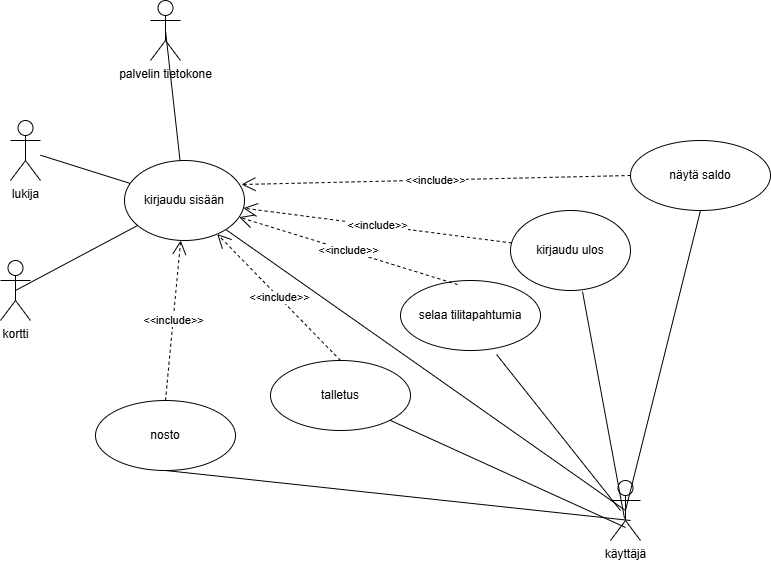
Earlier version of the draw.io export Käyttötapauskaavio.drawio.png (Migi2422/olio-ohjelmointi25). Source tidied: cells renumbered, new cells last; positions are measured from the earlier drawing's top-left corner, leaving out a move shared by most shapes.
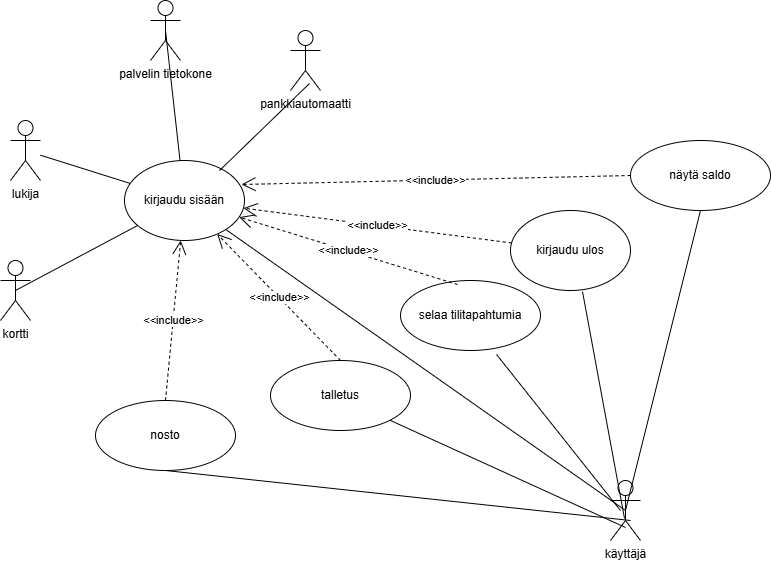
After the change.

Change to the diagram source:
```diff
@@ -78,5 +78,11 @@
     <mxCell id="25" value="&amp;lt;&amp;lt;include&amp;gt;&amp;gt;" style="endArrow=open;endSize=12;dashed=1;html=1;rounded=0;entryX=0.975;entryY=0.3;entryDx=0;entryDy=0;entryPerimeter=0;exitX=0;exitY=0.5;exitDx=0;exitDy=0;" parent="1" edge="1" source="23" target="9">
       <mxGeometry relative="1" as="geometry" />
     </mxCell>
+    <mxCell id="26" value="pankkiautomaatti" style="shape=umlActor;verticalLabelPosition=bottom;verticalAlign=top;html=1;" parent="1" vertex="1">
+      <mxGeometry x="290" y="30" width="30" height="60" as="geometry" />
+    </mxCell>
+    <mxCell id="27" style="endArrow=none;html=1;rounded=0;entryX=0.633;entryY=0.883;entryDx=0;entryDy=0;entryPerimeter=0;exitX=0.792;exitY=0.125;exitDx=0;exitDy=0;exitPerimeter=0;" parent="1" edge="1" source="9" target="26">
+      <mxGeometry relative="1" as="geometry" />
+    </mxCell>
   </root>
 </mxGraphModel>
```
